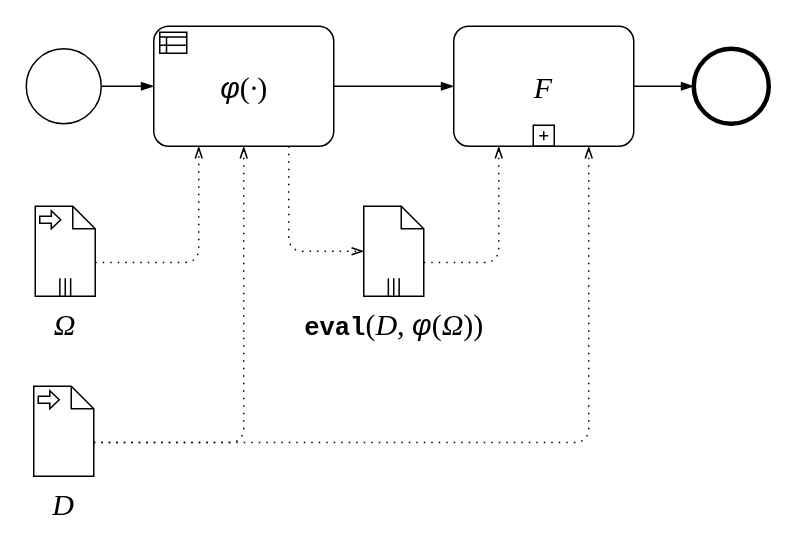
Above: page "dataOp" (3 of 5) of doc/Paper_BPMN_flow_seq.drawio in miguel76/know-flow (draw.io), before the change. Source tidied: cells renumbered, new cells numbered last; positions are measured from the earlier drawing's top-left corner, leaving out a move shared by most shapes. Both pictures are drawn from the tidied source at 150%, with x=0, y=0 at pixel (26, 26).
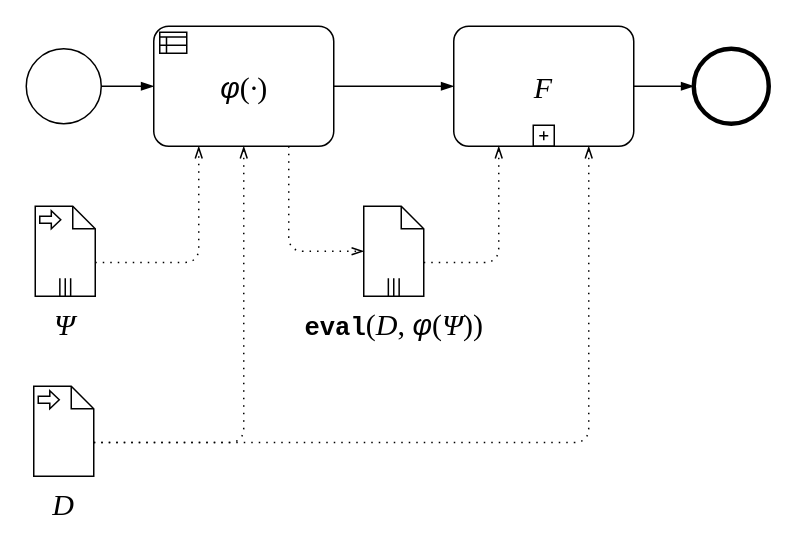
The same diagram, later.

Change to the diagram source:
```diff
@@
-    <mxCell id="2" value="&lt;i&gt;&lt;font face=&quot;Times New Roman&quot;&gt;Ω&lt;/font&gt;&lt;/i&gt;" style="shape=mxgraph.bpmn.data;labelPosition=center;verticalLabelPosition=bottom;align=center;verticalAlign=top;whiteSpace=wrap;size=15;html=1;bpmnTransferType=input;isCollection=1;fontSize=20;" parent="1" vertex="1">
+    <mxCell id="2" value="&lt;font face=&quot;Times New Roman&quot;&gt;&lt;i&gt;Ψ&lt;/i&gt;&lt;/font&gt;" style="shape=mxgraph.bpmn.data;labelPosition=center;verticalLabelPosition=bottom;align=center;verticalAlign=top;whiteSpace=wrap;size=15;html=1;bpmnTransferType=input;isCollection=1;fontSize=20;" parent="1" vertex="1">
       <mxGeometry x="6" y="120" width="40" height="60" as="geometry" />
     </mxCell>
@@
-    <mxCell id="11" value="&lt;font size=&quot;1&quot; face=&quot;Courier New&quot;&gt;&lt;span style=&quot;font-size: 17px&quot;&gt;&lt;b&gt;eval&lt;/b&gt;&lt;/span&gt;&lt;/font&gt;&lt;span style=&quot;font-family: &amp;#34;times new roman&amp;#34; ; font-size: 20px&quot;&gt;(&lt;/span&gt;&lt;i style=&quot;font-family: &amp;#34;times new roman&amp;#34; ; font-size: 20px&quot;&gt;D&lt;/i&gt;&lt;span style=&quot;font-family: &amp;#34;times new roman&amp;#34; ; font-size: 20px&quot;&gt;,&amp;nbsp;&lt;/span&gt;&lt;i&gt;φ&lt;/i&gt;&lt;span style=&quot;font-family: &amp;#34;times new roman&amp;#34; ; font-size: 20px&quot;&gt;(&lt;/span&gt;&lt;i style=&quot;font-family: &amp;#34;times new roman&amp;#34; ; font-size: 20px&quot;&gt;Ω&lt;/i&gt;&lt;span style=&quot;font-family: &amp;#34;times new roman&amp;#34; ; font-size: 20px&quot;&gt;))&lt;/span&gt;" style="shape=mxgraph.bpmn.data;labelPosition=center;verticalLabelPosition=bottom;align=center;verticalAlign=top;size=15;html=1;bpmnTransferType=none;isCollection=1;fontSize=20;" parent="1" vertex="1">
+    <mxCell id="11" value="&lt;font size=&quot;1&quot; face=&quot;Courier New&quot;&gt;&lt;span style=&quot;font-size: 17px&quot;&gt;&lt;b&gt;eval&lt;/b&gt;&lt;/span&gt;&lt;/font&gt;&lt;span style=&quot;font-family: &amp;#34;times new roman&amp;#34; ; font-size: 20px&quot;&gt;(&lt;/span&gt;&lt;i style=&quot;font-family: &amp;#34;times new roman&amp;#34; ; font-size: 20px&quot;&gt;D&lt;/i&gt;&lt;span style=&quot;font-family: &amp;#34;times new roman&amp;#34; ; font-size: 20px&quot;&gt;,&amp;nbsp;&lt;/span&gt;&lt;i&gt;φ&lt;/i&gt;&lt;span style=&quot;font-family: &amp;#34;times new roman&amp;#34; ; font-size: 20px&quot;&gt;(&lt;/span&gt;&lt;i&gt;&lt;font face=&quot;times new roman&quot;&gt;Ψ&lt;/font&gt;&lt;/i&gt;&lt;span style=&quot;font-family: &amp;#34;times new roman&amp;#34; ; font-size: 20px&quot;&gt;))&lt;/span&gt;" style="shape=mxgraph.bpmn.data;labelPosition=center;verticalLabelPosition=bottom;align=center;verticalAlign=top;size=15;html=1;bpmnTransferType=none;isCollection=1;fontSize=20;" parent="1" vertex="1">
       <mxGeometry x="225" y="120" width="40" height="60" as="geometry" />
     </mxCell>
```
